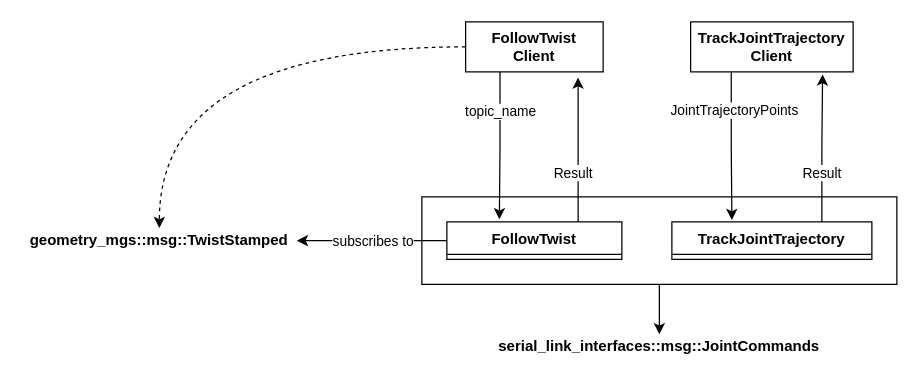
Before: page "FollowTwist Server" (3 of 10) of doc/ClassDiagrams.drawio in Woolfrey/server_serial_link, a draw.io diagram. Source tidied: cells renumbered, new cells numbered last; positions are measured from the earlier drawing's top-left corner, leaving out a move shared by most shapes. Both pictures are drawn from the tidied source at 125%, with x=0, y=0 at pixel (21, 21).
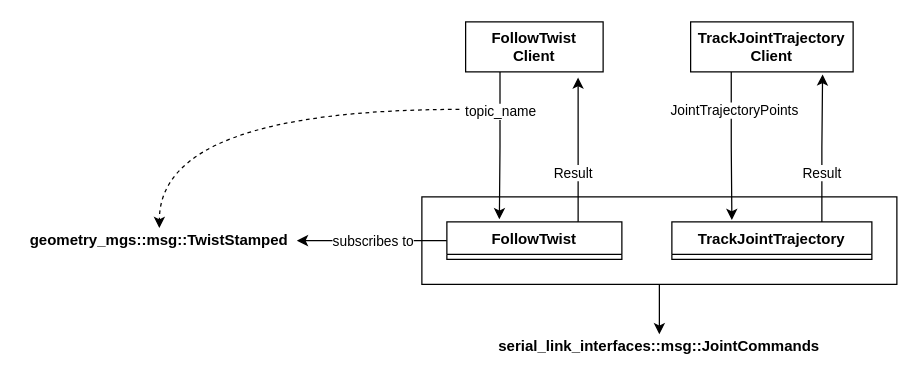
The same page after the edit.

Unchanged cells that the change refers to:
```xml
<mxCell id="8" value="geometry_mgs::msg::TwistStamped" style="text;html=1;strokeColor=none;fillColor=none;align=center;verticalAlign=middle;whiteSpace=wrap;rounded=0;fontStyle=1;" parent="1" vertex="1">
  <mxGeometry y="165" width="220" height="20" as="geometry" />
</mxCell>
<mxCell id="11" value="FollowTwist&lt;br&gt;Client" style="rounded=0;whiteSpace=wrap;html=1;fontStyle=1;" parent="1" vertex="1">
  <mxGeometry x="355" width="110" height="40" as="geometry" />
</mxCell>
```

Change to the diagram source:
```diff
@@
-    <mxCell id="10" style="edgeStyle=orthogonalEdgeStyle;rounded=0;jettySize=auto;html=1;entryX=0.5;entryY=0;entryDx=0;entryDy=0;curved=1;dashed=1;" parent="1" edge="1" source="11" target="8">
-      <mxGeometry relative="1" as="geometry" />
+    <mxCell id="10" style="edgeStyle=orthogonalEdgeStyle;rounded=0;jettySize=auto;html=1;entryX=0.5;entryY=0;entryDx=0;entryDy=0;curved=1;dashed=1;" parent="1" edge="1" target="8">
+      <mxGeometry relative="1" as="geometry">
+        <mxPoint x="350" y="70" as="sourcePoint" />
+      </mxGeometry>
     </mxCell>
```
